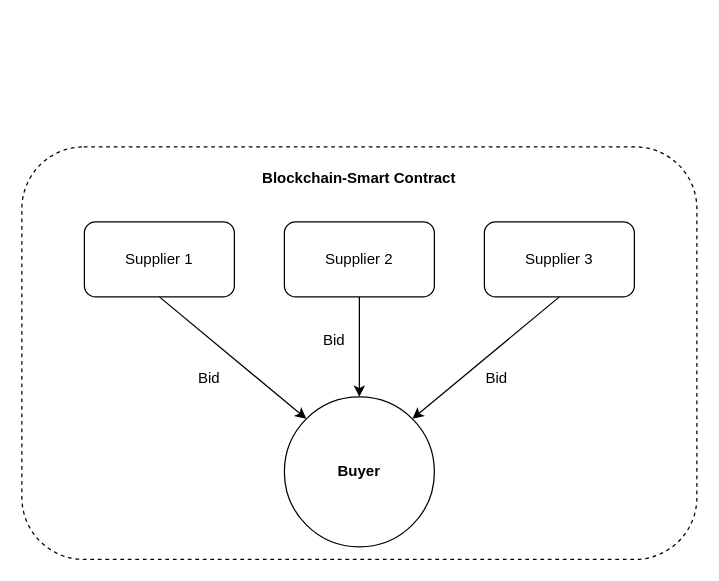
This is Reverse auction.drawio from ariesharry/Diagrams, a draw.io file, before an edit. Source tidied: cells renumbered, new cells numbered last; positions are measured from the earlier drawing's top-left corner, leaving out a move shared by most shapes. Both pictures are drawn from the tidied source at 125%, with x=0, y=0 at pixel (21, 146).
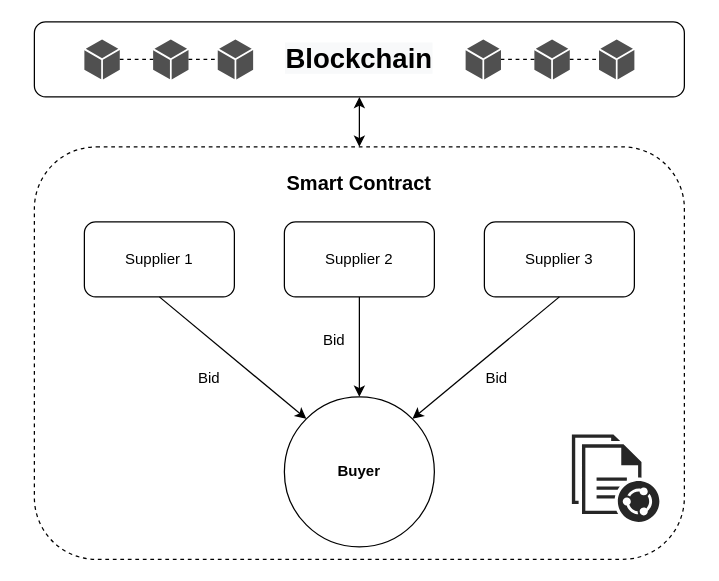
The same diagram, later.

The edit, as a diff of the source:
```diff
@@
     <mxCell id="12" style="rounded=1;whiteSpace=wrap;html=1;dashed=1;fillColor=none;" parent="1" vertex="1">
-      <mxGeometry width="540" height="330" as="geometry" />
+      <mxGeometry x="10" width="520" height="330" as="geometry" />
     </mxCell>
-    <mxCell id="13" value="Blockchain-Smart Contract" style="text;html=1;strokeColor=none;fillColor=none;align=center;verticalAlign=middle;whiteSpace=wrap;rounded=0;dashed=1;fontStyle=1;" parent="1" vertex="1">
-      <mxGeometry x="185" y="10" width="170" height="30" as="geometry" />
+    <mxCell id="13" value="&lt;font style=&quot;font-size: 16px;&quot;&gt;Smart Contract&lt;/font&gt;" style="text;html=1;strokeColor=none;fillColor=none;align=center;verticalAlign=middle;whiteSpace=wrap;rounded=0;dashed=1;fontStyle=1;" parent="1" vertex="1">
+      <mxGeometry x="185" y="14" width="170" height="30" as="geometry" />
     </mxCell>
+    <mxCell id="14" style="sketch=0;shadow=0;dashed=0;html=1;strokeColor=none;fillColor=#262626;labelPosition=center;verticalLabelPosition=bottom;verticalAlign=top;align=center;shape=mxgraph.office.concepts.documents_shared;fontColor=#000000;" parent="1" vertex="1">
+      <mxGeometry x="440" y="230" width="70" height="70" as="geometry" />
+    </mxCell>
+    <mxCell id="15" value="&lt;font style=&quot;font-size: 22px;&quot;&gt;&lt;span style=&quot;color: rgb(0, 0, 0); font-family: Helvetica; font-style: normal; font-variant-ligatures: normal; font-variant-caps: normal; font-weight: 700; letter-spacing: normal; orphans: 2; text-align: center; text-indent: 0px; text-transform: none; widows: 2; word-spacing: 0px; -webkit-text-stroke-width: 0px; background-color: rgb(248, 249, 250); text-decoration-thickness: initial; text-decoration-style: initial; text-decoration-color: initial; float: none; display: inline !important;&quot;&gt;Blockchain&lt;/span&gt;&lt;br&gt;&lt;/font&gt;" style="rounded=1;whiteSpace=wrap;html=1;fontSize=16;fontColor=#000000;fillColor=none;" parent="1" vertex="1">
+      <mxGeometry x="10" y="-100" width="520" height="60" as="geometry" />
+    </mxCell>
+    <mxCell id="16" style="endArrow=classic;startArrow=classic;html=1;rounded=0;fontSize=22;fontColor=#000000;entryX=0.5;entryY=1;entryDx=0;entryDy=0;" parent="1" edge="1" source="12" target="15">
+      <mxGeometry relative="1" as="geometry" />
+    </mxCell>
+    <mxCell id="17" style="sketch=0;shadow=0;dashed=0;html=1;strokeColor=none;fillColor=#505050;labelPosition=center;verticalLabelPosition=bottom;verticalAlign=top;outlineConnect=0;align=center;shape=mxgraph.office.concepts.node_generic;fontSize=22;fontColor=#000000;" parent="1" vertex="1">
+      <mxGeometry x="355" y="-86" width="28.3" height="32" as="geometry" />
+    </mxCell>
+    <mxCell id="18" style="sketch=0;shadow=0;dashed=0;html=1;strokeColor=none;fillColor=#505050;labelPosition=center;verticalLabelPosition=bottom;verticalAlign=top;outlineConnect=0;align=center;shape=mxgraph.office.concepts.node_generic;fontSize=22;fontColor=#000000;" parent="1" vertex="1">
+      <mxGeometry x="410" y="-86" width="28.3" height="32" as="geometry" />
+    </mxCell>
+    <mxCell id="19" style="sketch=0;shadow=0;dashed=0;html=1;strokeColor=none;fillColor=#505050;labelPosition=center;verticalLabelPosition=bottom;verticalAlign=top;outlineConnect=0;align=center;shape=mxgraph.office.concepts.node_generic;fontSize=22;fontColor=#000000;" parent="1" vertex="1">
+      <mxGeometry x="461.7" y="-86" width="28.3" height="32" as="geometry" />
+    </mxCell>
+    <mxCell id="20" style="sketch=0;shadow=0;dashed=0;html=1;strokeColor=none;fillColor=#505050;labelPosition=center;verticalLabelPosition=bottom;verticalAlign=top;outlineConnect=0;align=center;shape=mxgraph.office.concepts.node_generic;fontSize=22;fontColor=#000000;" parent="1" vertex="1">
+      <mxGeometry x="50" y="-86" width="28.3" height="32" as="geometry" />
+    </mxCell>
+    <mxCell id="21" style="sketch=0;shadow=0;dashed=0;html=1;strokeColor=none;fillColor=#505050;labelPosition=center;verticalLabelPosition=bottom;verticalAlign=top;outlineConnect=0;align=center;shape=mxgraph.office.concepts.node_generic;fontSize=22;fontColor=#000000;" parent="1" vertex="1">
+      <mxGeometry x="105" y="-86" width="28.3" height="32" as="geometry" />
+    </mxCell>
+    <mxCell id="22" style="sketch=0;shadow=0;dashed=0;html=1;strokeColor=none;fillColor=#505050;labelPosition=center;verticalLabelPosition=bottom;verticalAlign=top;outlineConnect=0;align=center;shape=mxgraph.office.concepts.node_generic;fontSize=22;fontColor=#000000;" parent="1" vertex="1">
+      <mxGeometry x="156.7" y="-86" width="28.3" height="32" as="geometry" />
+    </mxCell>
+    <mxCell id="23" style="endArrow=none;dashed=1;html=1;rounded=0;fontSize=22;fontColor=#000000;" parent="1" edge="1" source="20" target="21">
+      <mxGeometry relative="1" as="geometry" />
+    </mxCell>
+    <mxCell id="24" style="endArrow=none;dashed=1;html=1;rounded=0;fontSize=22;fontColor=#000000;" parent="1" edge="1" source="21" target="22">
+      <mxGeometry relative="1" as="geometry" />
+    </mxCell>
+    <mxCell id="25" style="endArrow=none;dashed=1;html=1;rounded=0;fontSize=22;fontColor=#000000;" parent="1" edge="1" source="18" target="17">
+      <mxGeometry relative="1" as="geometry" />
+    </mxCell>
+    <mxCell id="26" style="endArrow=none;dashed=1;html=1;rounded=0;fontSize=22;fontColor=#000000;" parent="1" edge="1" source="18" target="19">
+      <mxGeometry relative="1" as="geometry" />
+    </mxCell>
```
